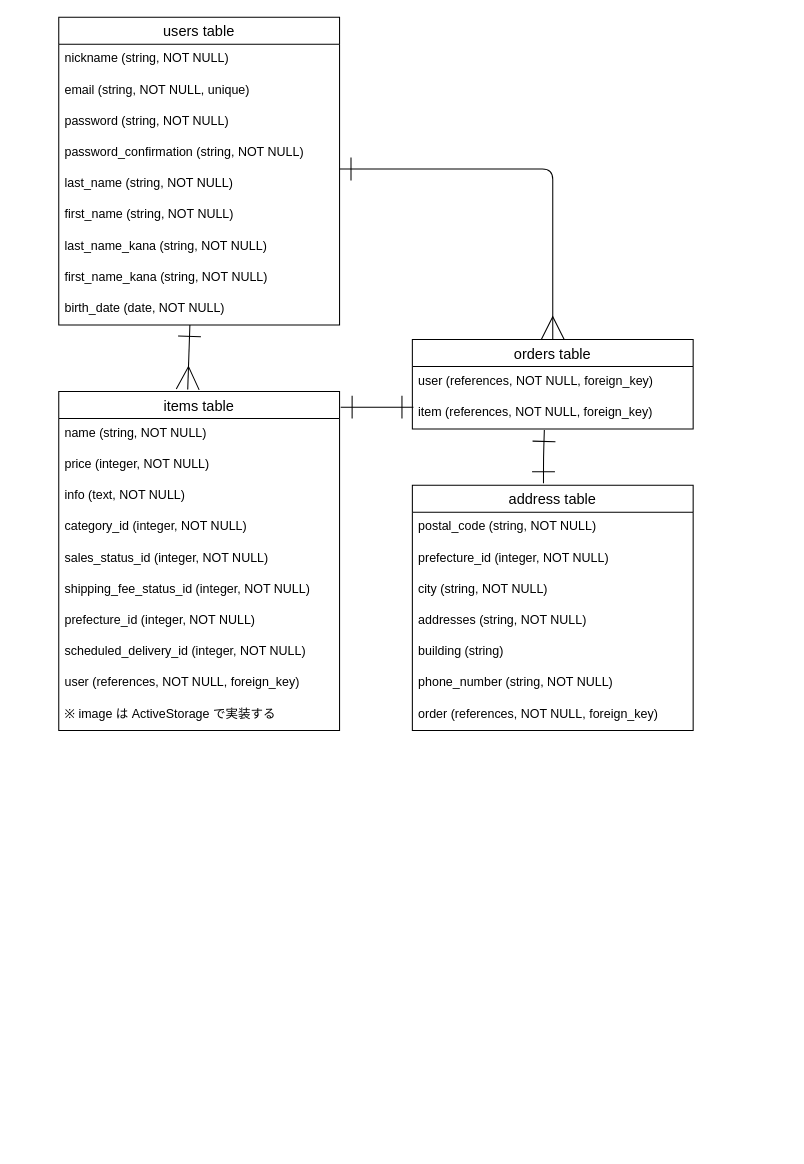
Above: furima.dio in nigau-ri/furima-37251 (draw.io), before the change. Source tidied: cells renumbered, new cells numbered last; positions are measured from the earlier drawing's top-left corner, leaving out a move shared by most shapes. Both pictures are drawn from the tidied source at 104%, with x=0, y=0 at pixel (58, 17).
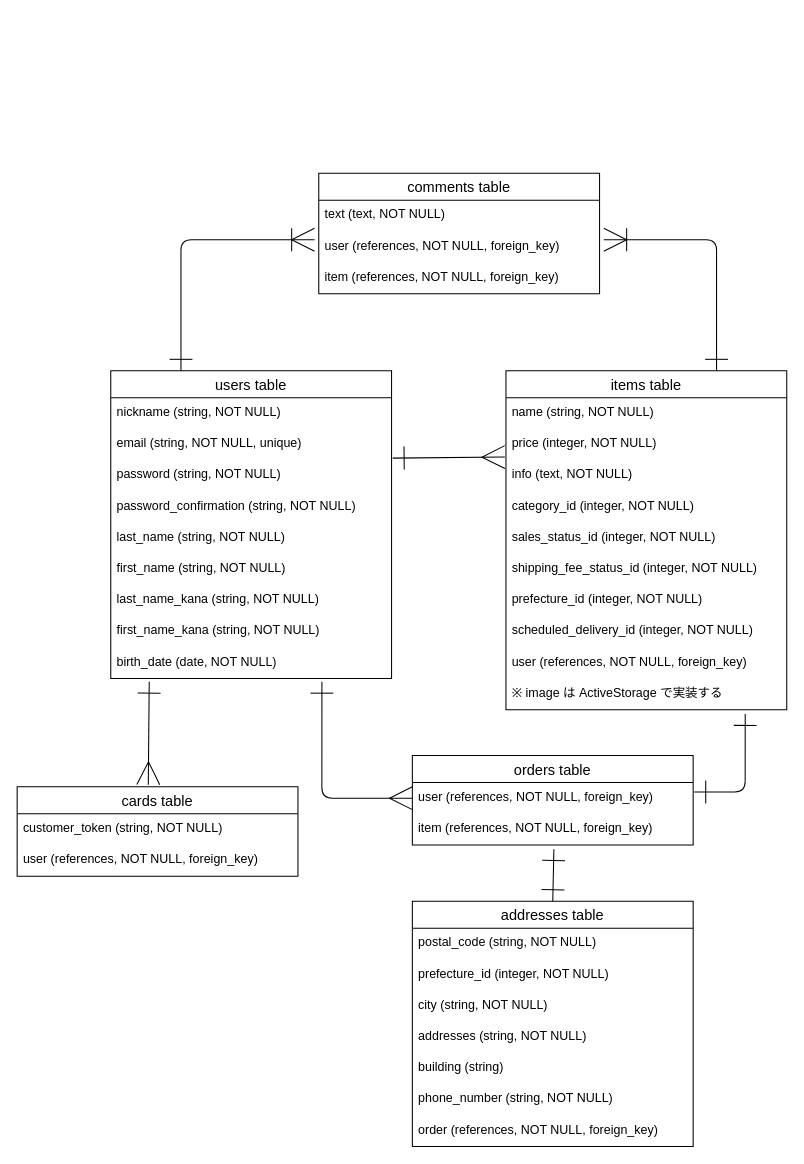
After the change.

The change refers to these unchanged cells:
```xml
<mxCell id="5" value="password (string, NOT NULL)" style="text;strokeColor=none;fillColor=none;spacingLeft=4;spacingRight=4;overflow=hidden;points=[[0,0.5],[1,0.5]];portConstraint=eastwest;fontSize=12;" parent="2" vertex="1">
  <mxGeometry y="86" width="270" height="30" as="geometry" />
</mxCell>
<mxCell id="7" value="last_name (string, NOT NULL)" style="text;strokeColor=none;fillColor=none;spacingLeft=4;spacingRight=4;overflow=hidden;points=[[0,0.5],[1,0.5]];portConstraint=eastwest;fontSize=12;" parent="2" vertex="1">
  <mxGeometry y="146" width="270" height="30" as="geometry" />
</mxCell>
<mxCell id="11" value="birth_date (date, NOT NULL)" style="text;strokeColor=none;fillColor=none;spacingLeft=4;spacingRight=4;overflow=hidden;points=[[0,0.5],[1,0.5]];portConstraint=eastwest;fontSize=12;" parent="2" vertex="1">
  <mxGeometry y="266" width="270" height="30" as="geometry" />
</mxCell>
<mxCell id="14" value="price (integer, NOT NULL)" style="text;strokeColor=none;fillColor=none;spacingLeft=4;spacingRight=4;overflow=hidden;points=[[0,0.5],[1,0.5]];portConstraint=eastwest;fontSize=12;" parent="12" vertex="1">
  <mxGeometry y="56" width="270" height="30" as="geometry" />
</mxCell>
<mxCell id="22" value="※ image は ActiveStorage で実装する" style="text;strokeColor=none;fillColor=none;spacingLeft=4;spacingRight=4;overflow=hidden;points=[[0,0.5],[1,0.5]];portConstraint=eastwest;fontSize=12;" parent="12" vertex="1">
  <mxGeometry y="296" width="270" height="30" as="geometry" />
</mxCell>
<mxCell id="24" value="user (references, NOT NULL, foreign_key)" style="text;strokeColor=none;fillColor=none;spacingLeft=4;spacingRight=4;overflow=hidden;points=[[0,0.5],[1,0.5]];portConstraint=eastwest;fontSize=12;" parent="23" vertex="1">
  <mxGeometry y="26" width="270" height="30" as="geometry" />
</mxCell>
<mxCell id="25" value="item (references, NOT NULL, foreign_key)" style="text;strokeColor=none;fillColor=none;spacingLeft=4;spacingRight=4;overflow=hidden;points=[[0,0.5],[1,0.5]];portConstraint=eastwest;fontSize=12;" parent="23" vertex="1">
  <mxGeometry y="56" width="270" height="30" as="geometry" />
</mxCell>
```

Diff of the diagram source:
```diff
@@
     <mxCell id="2" value="users table" style="swimlane;fontStyle=0;horizontal=1;startSize=26;align=center;fontSize=14;" parent="1" vertex="1">
-      <mxGeometry width="270" height="296" as="geometry" />
+      <mxGeometry x="50" y="340" width="270" height="296" as="geometry" />
     </mxCell>
@@
     <mxCell id="12" value="items table" style="swimlane;fontStyle=0;horizontal=1;startSize=26;align=center;fontSize=14;" parent="1" vertex="1">
-      <mxGeometry y="360" width="270" height="326" as="geometry" />
+      <mxGeometry x="430" y="340" width="270" height="326" as="geometry" />
     </mxCell>
@@
     <mxCell id="23" value="orders table" style="swimlane;fontStyle=0;horizontal=1;startSize=26;align=center;fontSize=14;" parent="1" vertex="1">
-      <mxGeometry x="340" y="310" width="270" height="86" as="geometry" />
+      <mxGeometry x="340" y="710" width="270" height="86" as="geometry" />
     </mxCell>
@@
-    <mxCell id="26" value="address table" style="swimlane;fontStyle=0;horizontal=1;startSize=26;align=center;fontSize=14;" parent="1" vertex="1">
-      <mxGeometry x="340" y="450" width="270" height="236" as="geometry" />
+    <mxCell id="26" value="addresses table" style="swimlane;fontStyle=0;horizontal=1;startSize=26;align=center;fontSize=14;" parent="1" vertex="1">
+      <mxGeometry x="340" y="850" width="270" height="236" as="geometry" />
     </mxCell>
@@
-    <mxCell id="34" style="edgeStyle=none;html=1;exitX=0.467;exitY=1;exitDx=0;exitDy=0;endArrow=ERmany;endFill=0;startArrow=ERone;startFill=0;endSize=20;startSize=20;exitPerimeter=0;" parent="1" edge="1" source="11">
-      <mxGeometry relative="1" as="geometry">
-        <mxPoint x="124" y="358" as="targetPoint" />
-      </mxGeometry>
+    <mxCell id="34" style="edgeStyle=none;html=1;exitX=1.004;exitY=-0.067;exitDx=0;exitDy=0;endArrow=ERmany;endFill=0;startArrow=ERone;startFill=0;endSize=20;startSize=20;exitPerimeter=0;entryX=-0.004;entryY=0.9;entryDx=0;entryDy=0;entryPerimeter=0;" parent="1" edge="1" source="5" target="14">
+      <mxGeometry relative="1" as="geometry" />
     </mxCell>
-    <mxCell id="35" style="html=1;entryX=1.004;entryY=0.046;entryDx=0;entryDy=0;startArrow=ERone;startFill=0;endArrow=ERone;endFill=0;startSize=20;endSize=20;entryPerimeter=0;" parent="1" edge="1" target="12">
+    <mxCell id="35" style="html=1;entryX=0.852;entryY=1.133;entryDx=0;entryDy=0;startArrow=ERone;startFill=0;endArrow=ERone;endFill=0;startSize=20;endSize=20;entryPerimeter=0;exitX=1.004;exitY=0.3;exitDx=0;exitDy=0;exitPerimeter=0;edgeStyle=orthogonalEdgeStyle;" parent="1" edge="1" source="24" target="22">
       <mxGeometry relative="1" as="geometry">
-        <mxPoint x="341" y="375" as="sourcePoint" />
+        <Array as="points">
+          <mxPoint x="660" y="745" />
+        </Array>
       </mxGeometry>
     </mxCell>
-    <mxCell id="36" style="edgeStyle=orthogonalEdgeStyle;html=1;startArrow=ERmany;startFill=0;endArrow=ERone;endFill=0;startSize=20;endSize=20;exitX=0.5;exitY=0;exitDx=0;exitDy=0;entryX=1;entryY=0;entryDx=0;entryDy=0;entryPerimeter=0;" parent="1" edge="1" source="23" target="7">
+    <mxCell id="36" style="edgeStyle=orthogonalEdgeStyle;html=1;startArrow=ERmany;startFill=0;endArrow=ERone;endFill=0;startSize=20;endSize=20;exitX=0;exitY=0.5;exitDx=0;exitDy=0;entryX=0.752;entryY=1.1;entryDx=0;entryDy=0;entryPerimeter=0;" parent="1" edge="1" source="24" target="11">
       <mxGeometry relative="1" as="geometry">
         <Array as="points">
-          <mxPoint x="475" y="146" />
+          <mxPoint x="253" y="751" />
         </Array>
       </mxGeometry>
     </mxCell>
-    <mxCell id="37" style="edgeStyle=orthogonalEdgeStyle;html=1;startArrow=ERone;startFill=0;endArrow=ERone;endFill=0;startSize=20;endSize=20;exitX=0.467;exitY=-0.008;exitDx=0;exitDy=0;exitPerimeter=0;entryX=0.47;entryY=1.033;entryDx=0;entryDy=0;entryPerimeter=0;" parent="1" edge="1" source="26" target="25">
+    <mxCell id="37" style="html=1;startArrow=ERone;startFill=0;endArrow=ERone;endFill=0;startSize=20;endSize=20;entryX=0.504;entryY=1.133;entryDx=0;entryDy=0;entryPerimeter=0;exitX=0.5;exitY=0;exitDx=0;exitDy=0;" parent="1" edge="1" source="26" target="25">
       <mxGeometry relative="1" as="geometry" />
     </mxCell>
+    <mxCell id="38" value="cards table" style="swimlane;fontStyle=0;horizontal=1;startSize=26;align=center;fontSize=14;" parent="1" vertex="1">
+      <mxGeometry x="-40" y="740" width="270" height="86" as="geometry" />
+    </mxCell>
+    <mxCell id="39" value="customer_token (string, NOT NULL)" style="text;strokeColor=none;fillColor=none;spacingLeft=4;spacingRight=4;overflow=hidden;fontSize=12;" parent="38" vertex="1">
+      <mxGeometry y="26" width="270" height="30" as="geometry" />
+    </mxCell>
+    <mxCell id="40" value="user (references, NOT NULL, foreign_key)" style="text;strokeColor=none;fillColor=none;spacingLeft=4;spacingRight=4;overflow=hidden;fontSize=12;" parent="38" vertex="1">
+      <mxGeometry y="56" width="270" height="30" as="geometry" />
+    </mxCell>
+    <mxCell id="41" style="edgeStyle=none;html=1;endArrow=ERmany;endFill=0;startArrow=ERone;startFill=0;endSize=20;startSize=20;entryX=0.467;entryY=-0.023;entryDx=0;entryDy=0;entryPerimeter=0;exitX=0.137;exitY=1.1;exitDx=0;exitDy=0;exitPerimeter=0;" parent="1" edge="1" source="11" target="38">
+      <mxGeometry relative="1" as="geometry" />
+    </mxCell>
+    <mxCell id="42" value="comments table" style="swimlane;fontStyle=0;horizontal=1;startSize=26;align=center;fontSize=14;" parent="1" vertex="1">
+      <mxGeometry x="250" y="150" width="270" height="116" as="geometry" />
+    </mxCell>
+    <mxCell id="43" value="text (text, NOT NULL)" style="text;strokeColor=none;fillColor=none;spacingLeft=4;spacingRight=4;overflow=hidden;fontSize=12;" parent="42" vertex="1">
+      <mxGeometry y="26" width="270" height="30" as="geometry" />
+    </mxCell>
+    <mxCell id="44" value="user (references, NOT NULL, foreign_key)" style="text;strokeColor=none;fillColor=none;spacingLeft=4;spacingRight=4;overflow=hidden;points=[[0,0.5],[1,0.5]];portConstraint=eastwest;fontSize=12;" parent="42" vertex="1">
+      <mxGeometry y="56" width="270" height="30" as="geometry" />
+    </mxCell>
+    <mxCell id="45" value="item (references, NOT NULL, foreign_key)" style="text;strokeColor=none;fillColor=none;spacingLeft=4;spacingRight=4;overflow=hidden;fontSize=12;" parent="42" vertex="1">
+      <mxGeometry y="86" width="270" height="30" as="geometry" />
+    </mxCell>
+    <mxCell id="46" style="html=1;entryX=1.015;entryY=0.267;entryDx=0;entryDy=0;startArrow=ERone;startFill=0;endArrow=ERoneToMany;endFill=0;startSize=20;endSize=20;entryPerimeter=0;exitX=0.75;exitY=0;exitDx=0;exitDy=0;edgeStyle=orthogonalEdgeStyle;" parent="1" edge="1" source="12" target="44">
+      <mxGeometry relative="1" as="geometry">
+        <Array as="points">
+          <mxPoint x="633" y="214" />
+        </Array>
+      </mxGeometry>
+    </mxCell>
+    <mxCell id="47" style="html=1;entryX=-0.015;entryY=0.267;entryDx=0;entryDy=0;startArrow=ERone;startFill=0;endArrow=ERoneToMany;endFill=0;startSize=20;endSize=20;entryPerimeter=0;edgeStyle=orthogonalEdgeStyle;exitX=0.25;exitY=0;exitDx=0;exitDy=0;" parent="1" edge="1" source="2" target="44">
+      <mxGeometry relative="1" as="geometry">
+        <Array as="points">
+          <mxPoint x="118" y="214" />
+        </Array>
+      </mxGeometry>
+    </mxCell>
```
